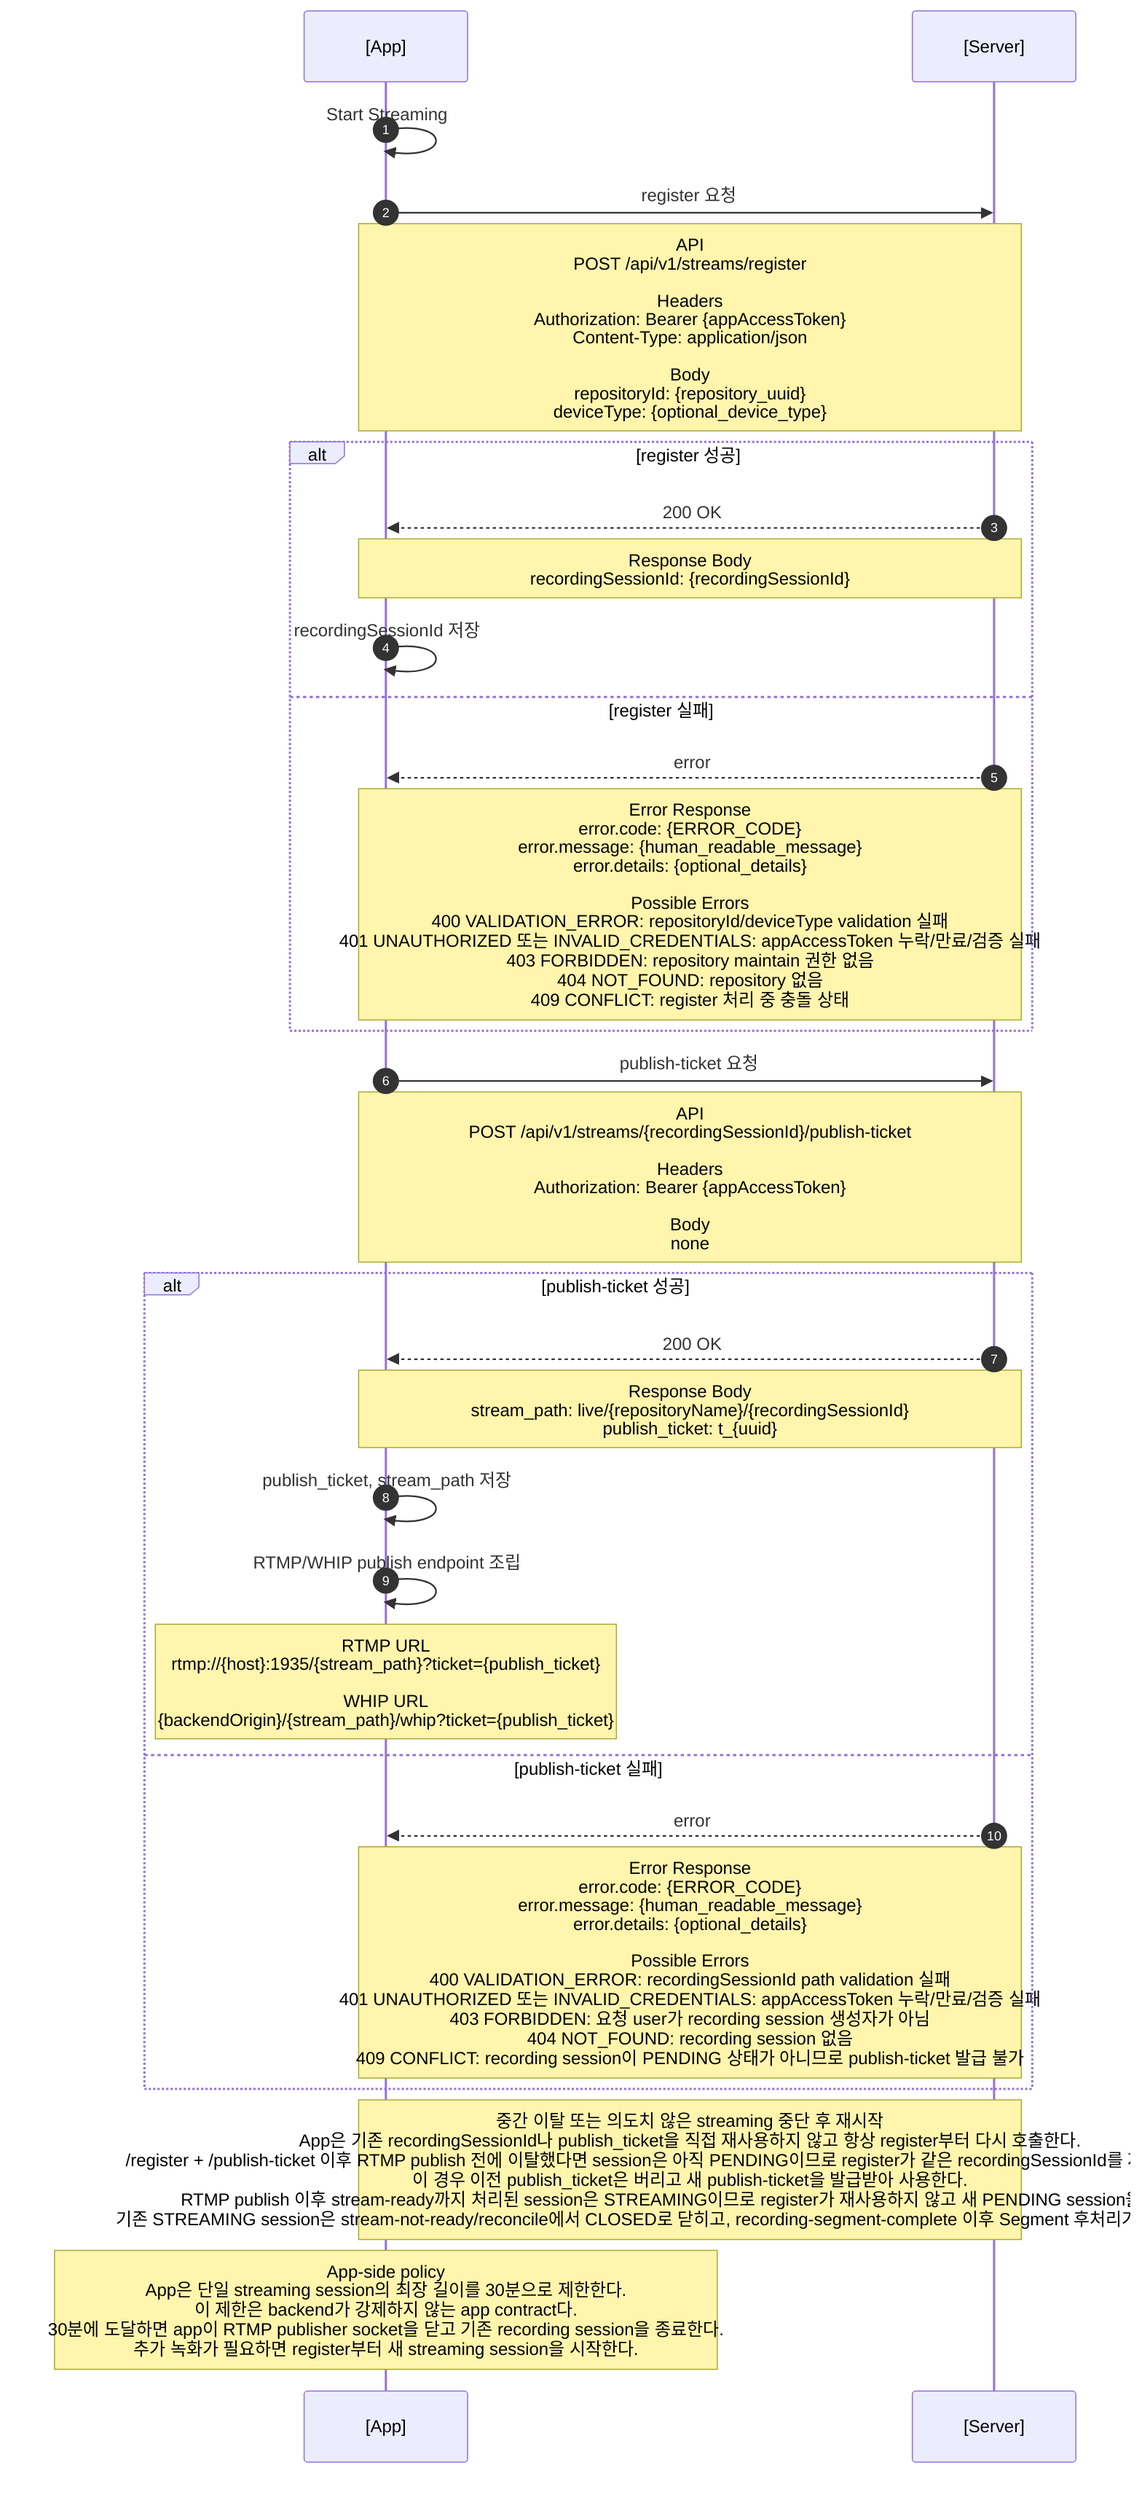
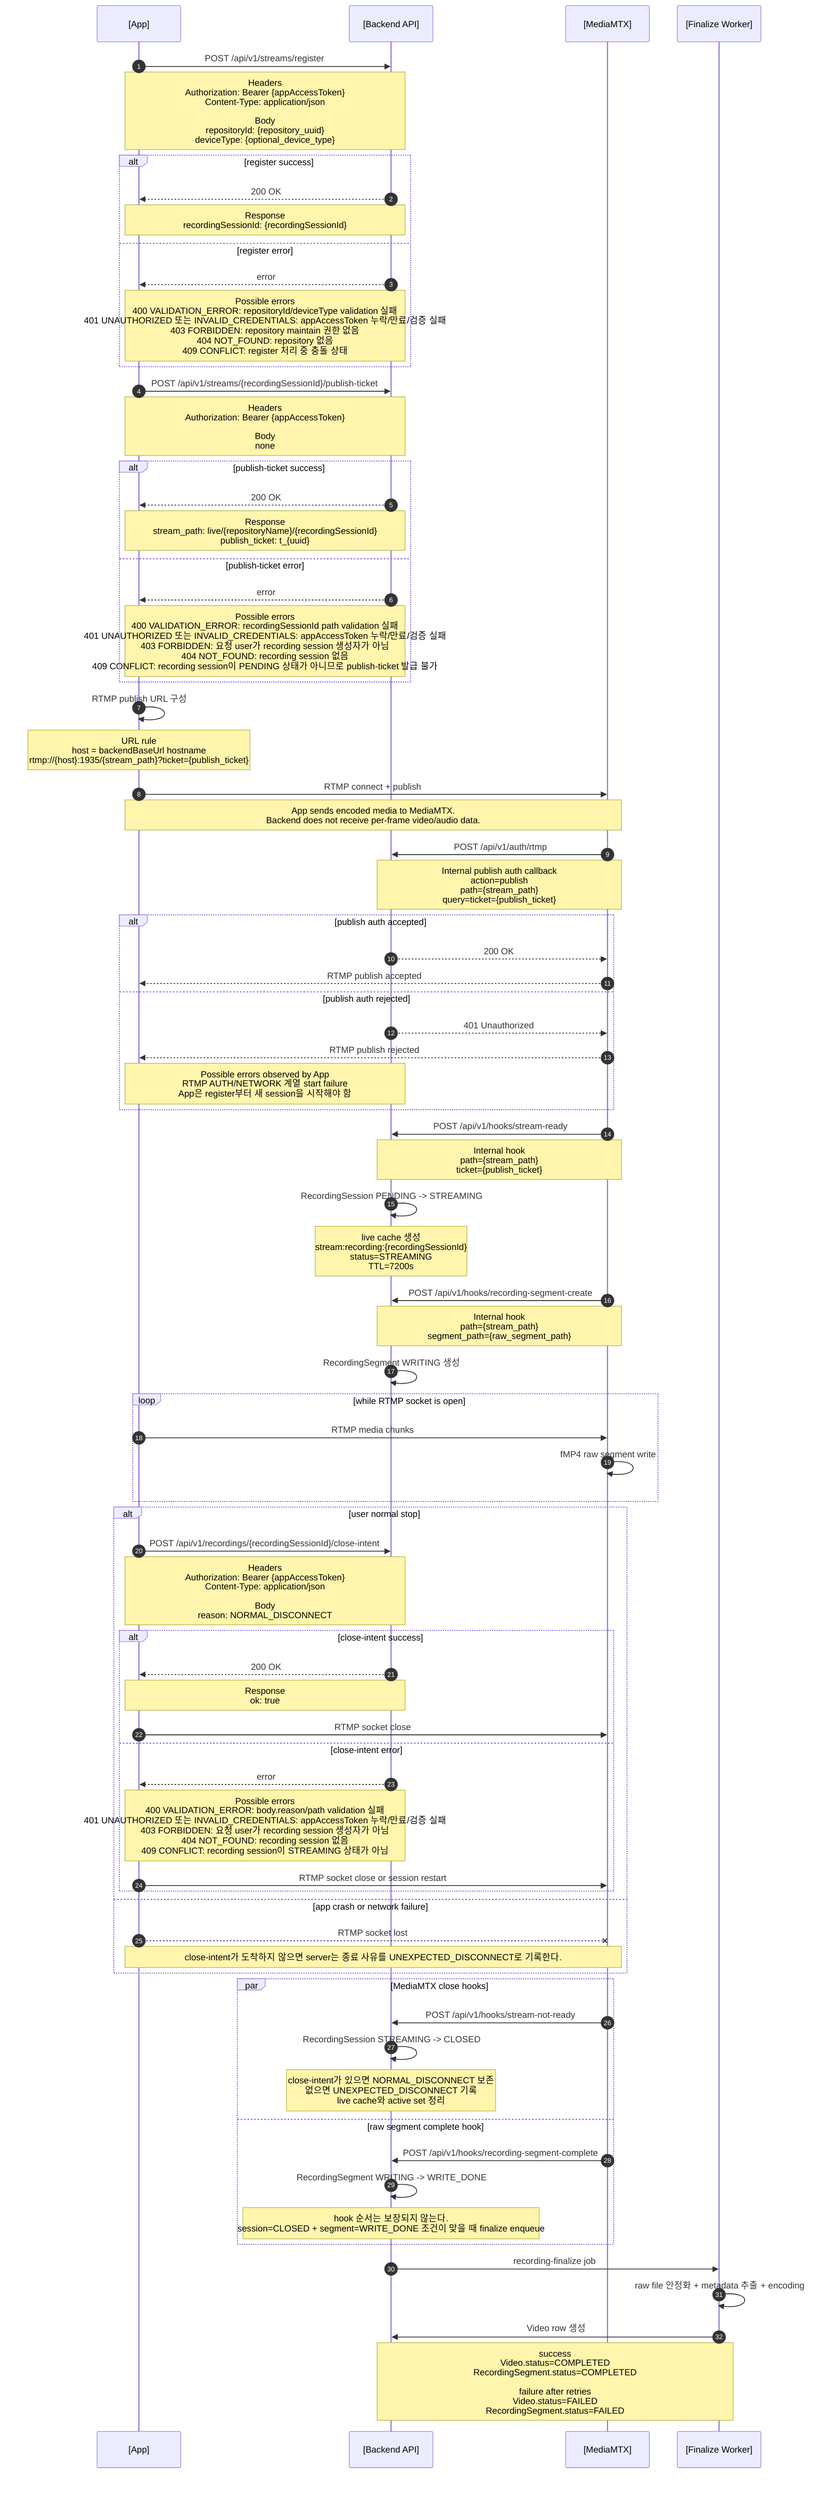
sequenceDiagram
  autonumber
  participant App as [App]
-   participant Server as [Server]
+   participant Server as [Backend API]
+   participant MTX as [MediaMTX]
+   participant Worker as [Finalize Worker]

-   App->>App: Start Streaming
+   App->>Server: POST /api/v1/streams/register
+   Note over App,Server: Headers<br/>Authorization: Bearer {appAccessToken}<br/>Content-Type: application/json<br/><br/>Body<br/>repositoryId: {repository_uuid}<br/>deviceType: {optional_device_type}

-   App->>Server: register 요청
-   Note over App,Server: API<br/>POST /api/v1/streams/register<br/><br/>Headers<br/>Authorization: Bearer {appAccessToken}<br/>Content-Type: application/json<br/><br/>Body<br/>repositoryId: {repository_uuid}<br/>deviceType: {optional_device_type}
- 
-   alt register 성공
+   alt register success
    Server-->>App: 200 OK
-     Note over App,Server: Response Body<br/>recordingSessionId: {recordingSessionId}
-     App->>App: recordingSessionId 저장
-   else register 실패
+     Note over App,Server: Response<br/>recordingSessionId: {recordingSessionId}
+   else register error
    Server-->>App: error
-     Note over App,Server: Error Response<br/>error.code: {ERROR_CODE}<br/>error.message: {human_readable_message}<br/>error.details: {optional_details}<br/><br/>Possible Errors<br/>400 VALIDATION_ERROR: repositoryId/deviceType validation 실패<br/>401 UNAUTHORIZED 또는 INVALID_CREDENTIALS: appAccessToken 누락/만료/검증 실패<br/>403 FORBIDDEN: repository maintain 권한 없음<br/>404 NOT_FOUND: repository 없음<br/>409 CONFLICT: register 처리 중 충돌 상태
+     Note over App,Server: Possible errors<br/>400 VALIDATION_ERROR: repositoryId/deviceType validation 실패<br/>401 UNAUTHORIZED 또는 INVALID_CREDENTIALS: appAccessToken 누락/만료/검증 실패<br/>403 FORBIDDEN: repository maintain 권한 없음<br/>404 NOT_FOUND: repository 없음<br/>409 CONFLICT: register 처리 중 충돌 상태
  end

-   App->>Server: publish-ticket 요청
-   Note over App,Server: API<br/>POST /api/v1/streams/{recordingSessionId}/publish-ticket<br/><br/>Headers<br/>Authorization: Bearer {appAccessToken}<br/><br/>Body<br/>none
+   App->>Server: POST /api/v1/streams/{recordingSessionId}/publish-ticket
+   Note over App,Server: Headers<br/>Authorization: Bearer {appAccessToken}<br/><br/>Body<br/>none

-   alt publish-ticket 성공
+   alt publish-ticket success
    Server-->>App: 200 OK
-     Note over App,Server: Response Body<br/>stream_path: live/{repositoryName}/{recordingSessionId}<br/>publish_ticket: t_{uuid}
-     App->>App: publish_ticket, stream_path 저장
-     App->>App: RTMP/WHIP publish endpoint 조립
-     Note over App: RTMP URL<br/>rtmp://{host}:1935/{stream_path}?ticket={publish_ticket}<br/><br/>WHIP URL<br/>{backendOrigin}/{stream_path}/whip?ticket={publish_ticket}
-   else publish-ticket 실패
+     Note over App,Server: Response<br/>stream_path: live/{repositoryName}/{recordingSessionId}<br/>publish_ticket: t_{uuid}
+   else publish-ticket error
    Server-->>App: error
-     Note over App,Server: Error Response<br/>error.code: {ERROR_CODE}<br/>error.message: {human_readable_message}<br/>error.details: {optional_details}<br/><br/>Possible Errors<br/>400 VALIDATION_ERROR: recordingSessionId path validation 실패<br/>401 UNAUTHORIZED 또는 INVALID_CREDENTIALS: appAccessToken 누락/만료/검증 실패<br/>403 FORBIDDEN: 요청 user가 recording session 생성자가 아님<br/>404 NOT_FOUND: recording session 없음<br/>409 CONFLICT: recording session이 PENDING 상태가 아니므로 publish-ticket 발급 불가
+     Note over App,Server: Possible errors<br/>400 VALIDATION_ERROR: recordingSessionId path validation 실패<br/>401 UNAUTHORIZED 또는 INVALID_CREDENTIALS: appAccessToken 누락/만료/검증 실패<br/>403 FORBIDDEN: 요청 user가 recording session 생성자가 아님<br/>404 NOT_FOUND: recording session 없음<br/>409 CONFLICT: recording session이 PENDING 상태가 아니므로 publish-ticket 발급 불가
  end

-   Note over App,Server: 중간 이탈 또는 의도치 않은 streaming 중단 후 재시작<br/>App은 기존 recordingSessionId나 publish_ticket을 직접 재사용하지 않고 항상 register부터 다시 호출한다.<br/>/register + /publish-ticket 이후 RTMP publish 전에 이탈했다면 session은 아직 PENDING이므로 register가 같은 recordingSessionId를 재사용할 수 있다.<br/>이 경우 이전 publish_ticket은 버리고 새 publish-ticket을 발급받아 사용한다.<br/>RTMP publish 이후 stream-ready까지 처리된 session은 STREAMING이므로 register가 재사용하지 않고 새 PENDING session을 만든다.<br/>기존 STREAMING session은 stream-not-ready/reconcile에서 CLOSED로 닫히고, recording-segment-complete 이후 Segment 후처리가 별도로 진행된다.
+   App->>App: RTMP publish URL 구성
+   Note over App: URL rule<br/>host = backendBaseUrl hostname<br/>rtmp://{host}:1935/{stream_path}?ticket={publish_ticket}

-   Note over App: App-side policy<br/>App은 단일 streaming session의 최장 길이를 30분으로 제한한다.<br/>이 제한은 backend가 강제하지 않는 app contract다.<br/>30분에 도달하면 app이 RTMP publisher socket을 닫고 기존 recording session을 종료한다.<br/>추가 녹화가 필요하면 register부터 새 streaming session을 시작한다.
+   App->>MTX: RTMP connect + publish
+   Note over App,MTX: App sends encoded media to MediaMTX.<br/>Backend does not receive per-frame video/audio data.
+ 
+   MTX->>Server: POST /api/v1/auth/rtmp
+   Note over MTX,Server: Internal publish auth callback<br/>action=publish<br/>path={stream_path}<br/>query=ticket={publish_ticket}
+ 
+   alt publish auth accepted
+     Server-->>MTX: 200 OK
+     MTX-->>App: RTMP publish accepted
+   else publish auth rejected
+     Server-->>MTX: 401 Unauthorized
+     MTX-->>App: RTMP publish rejected
+     Note over App,Server: Possible errors observed by App<br/>RTMP AUTH/NETWORK 계열 start failure<br/>App은 register부터 새 session을 시작해야 함
+   end
+ 
+   MTX->>Server: POST /api/v1/hooks/stream-ready
+   Note over MTX,Server: Internal hook<br/>path={stream_path}<br/>ticket={publish_ticket}
+   Server->>Server: RecordingSession PENDING -> STREAMING
+   Note over Server: live cache 생성<br/>stream:recording:{recordingSessionId}<br/>status=STREAMING<br/>TTL=7200s
+ 
+   MTX->>Server: POST /api/v1/hooks/recording-segment-create
+   Note over MTX,Server: Internal hook<br/>path={stream_path}<br/>segment_path={raw_segment_path}
+   Server->>Server: RecordingSegment WRITING 생성
+ 
+   loop while RTMP socket is open
+     App->>MTX: RTMP media chunks
+     MTX->>MTX: fMP4 raw segment write
+   end
+ 
+   alt user normal stop
+     App->>Server: POST /api/v1/recordings/{recordingSessionId}/close-intent
+     Note over App,Server: Headers<br/>Authorization: Bearer {appAccessToken}<br/>Content-Type: application/json<br/><br/>Body<br/>reason: NORMAL_DISCONNECT
+ 
+     alt close-intent success
+       Server-->>App: 200 OK
+       Note over App,Server: Response<br/>ok: true
+       App->>MTX: RTMP socket close
+     else close-intent error
+       Server-->>App: error
+       Note over App,Server: Possible errors<br/>400 VALIDATION_ERROR: body.reason/path validation 실패<br/>401 UNAUTHORIZED 또는 INVALID_CREDENTIALS: appAccessToken 누락/만료/검증 실패<br/>403 FORBIDDEN: 요청 user가 recording session 생성자가 아님<br/>404 NOT_FOUND: recording session 없음<br/>409 CONFLICT: recording session이 STREAMING 상태가 아님
+       App->>MTX: RTMP socket close or session restart
+     end
+   else app crash or network failure
+     App--xMTX: RTMP socket lost
+     Note over App,MTX: close-intent가 도착하지 않으면 server는 종료 사유를 UNEXPECTED_DISCONNECT로 기록한다.
+   end
+ 
+   par MediaMTX close hooks
+     MTX->>Server: POST /api/v1/hooks/stream-not-ready
+     Server->>Server: RecordingSession STREAMING -> CLOSED
+     Note over Server: close-intent가 있으면 NORMAL_DISCONNECT 보존<br/>없으면 UNEXPECTED_DISCONNECT 기록<br/>live cache와 active set 정리
+   and raw segment complete hook
+     MTX->>Server: POST /api/v1/hooks/recording-segment-complete
+     Server->>Server: RecordingSegment WRITING -> WRITE_DONE
+     Note over Server: hook 순서는 보장되지 않는다.<br/>session=CLOSED + segment=WRITE_DONE 조건이 맞을 때 finalize enqueue
+   end
+ 
+   Server->>Worker: recording-finalize job
+   Worker->>Worker: raw file 안정화 + metadata 추출 + encoding
+   Worker->>Server: Video row 생성
+   Note over Worker,Server: success<br/>Video.status=COMPLETED<br/>RecordingSegment.status=COMPLETED<br/><br/>failure after retries<br/>Video.status=FAILED<br/>RecordingSegment.status=FAILED
+ 
+ %% 참고:
+ %% 이 문서는 App과 server-side streaming system 사이의 계약을 한 장으로 요약한다.
+ %% MediaMTX와 Finalize Worker는 server-side component이며, App이 직접 호출하는 HTTP API는 아니다.
+ %% 공통 error body shape:
+ %% { "error": { "code": "{ERROR_CODE}", "message": "{human_readable_message}", "details": {optional_details} } }
+ %% HTTP status code는 AppError.statusCode 또는 validation/auth middleware에서 결정된다.
+ %% App 계약:
+ %% App이 직접 호출하는 streaming HTTP API는 register, publish-ticket, close-intent다.
+ %% MediaMTX auth callback, MediaMTX hooks, finalize worker는 server-side 내부 흐름이며 App이 직접 호출하지 않는다.
+ %% App은 publish-ticket 응답의 stream_path와 publish_ticket만 사용해 RTMP publish URL을 만든다.
+ %% RTMP URL은 backendBaseUrl hostname, port 1935, returned stream_path, returned publish_ticket으로 구성한다.
+ %% App은 열린 RTMP publisher socket으로 encoded video/audio payload를 MediaMTX에 전송한다.
+ %% Backend는 per-frame video/audio data를 받지 않고 MediaMTX hook 이벤트와 worker job만 처리한다.
+ %% App은 legacy POST /api/v1/recordings/{recordingSessionId}/stop API를 호출하지 않는다.
+ %% App의 stop 버튼은 RTMP publisher connection을 바로 닫기 전에
+ %% POST /api/v1/recordings/{recordingSessionId}/close-intent 를 호출해야 한다.
+ %% close-intent body는 { "reason": "NORMAL_DISCONNECT" } 만 보낸다.
+ %% close-intent 200 OK 이후 RTMP publisher connection을 정상 close한다.
+ %% close-intent는 RecordingSession.status를 바꾸지 않는 STREAMING self-loop이다.
+ %% close-intent가 먼저 도착한 경우 stream-not-ready는 NORMAL_DISCONNECT를 보존한다.
+ %% close-intent 호출 실패 또는 app crash/network failure로 close-intent가 누락되면
+ %% Backend는 stream-not-ready/reconcile 시 UNEXPECTED_DISCONNECT로 기록한다.
+ %% MediaMTX stream-not-ready hook payload만으로 정상 close와 crash/reset/timeout을 정확히 구분하지 않는다.
+ %% App은 streaming 재시작 시 기존 recordingSessionId나 publish_ticket을 직접 재사용하지 않고 register부터 다시 호출한다.
+ %% register 이후 RTMP publish 전에 이탈했다면 같은 PENDING session이 재사용될 수 있다.
+ %% PENDING session이 재사용되더라도 이전 publish_ticket은 버리고 새 publish-ticket을 발급받아 사용한다.
+ %% RTMP publish 이후 STREAMING이 된 session은 재사용하지 않으며, 새 register는 새 PENDING session을 만든다.
+ %% App은 단일 streaming session의 최장 길이를 30분으로 제한한다. 이 제한은 backend가 강제하지 않는 app contract다.
+ %% 현재 구조에서는 App이 단일 recording session을 짧게 유지하는 전제이므로 정상 흐름의 segment rollover는 App 계약에서 다루지 않는다.
+ %% 상세 RTMP publish 인증 및 stream-ready 흐름은 .mermaid/3.rtmp-publish.mmd를 참고한다.
+ %% 상세 RTMP media 전송, hook race, finalize retry 흐름은 .mermaid/4.rtmp-stream.mmd를 참고한다.
